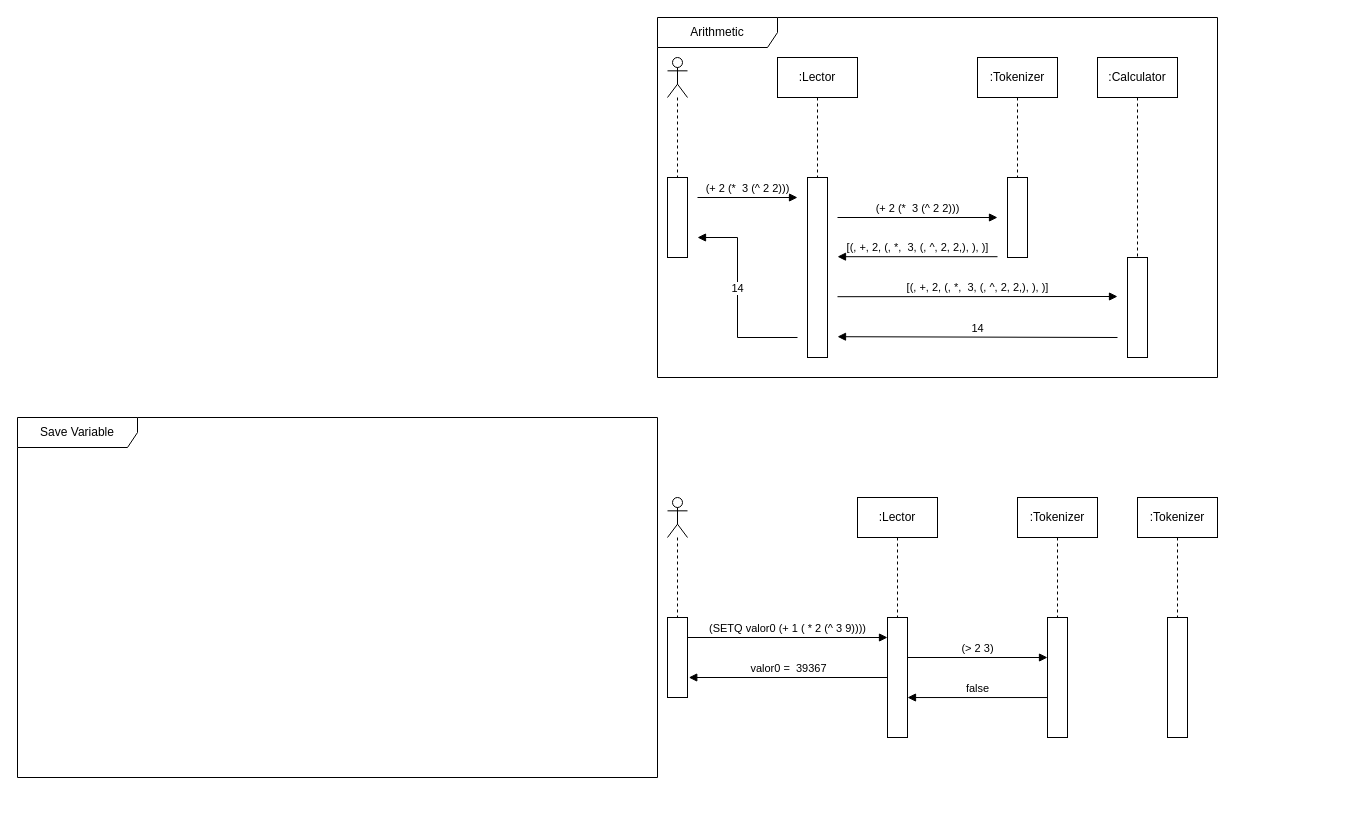
The draw.io diagram Proyecto1/Fases/Fase2/Sequence Diagrams.drawio in DiggsPapu/Proyect1_Lisp_Interpreter, before the edit. Source tidied: cells renumbered, new cells numbered last; positions are measured from the earlier drawing's top-left corner, leaving out a move shared by most shapes. Both pictures are drawn from the tidied source at 100%, with x=0, y=0 at pixel (17, 17).
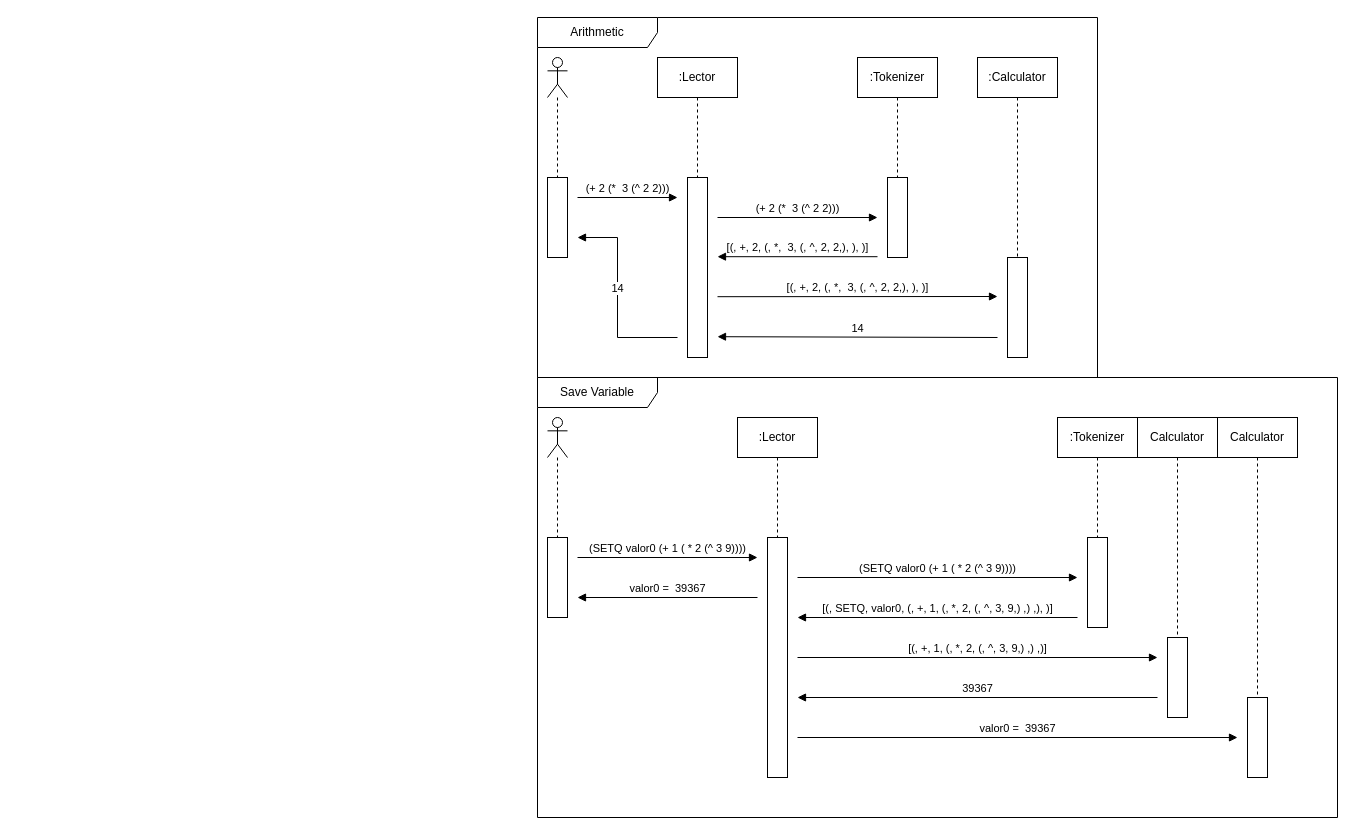
Above is the later version.

The edit, as a diff of the source:
```diff
@@
     <mxCell id="2" style="html=1;perimeter=orthogonalPerimeter;" parent="1" vertex="1">
-      <mxGeometry x="650" y="160" width="20" height="80" as="geometry" />
+      <mxGeometry x="530" y="160" width="20" height="80" as="geometry" />
     </mxCell>
     <mxCell id="3" value=":Lector" style="shape=umlLifeline;perimeter=lifelinePerimeter;whiteSpace=wrap;html=1;" parent="1" vertex="1">
-      <mxGeometry x="760" y="40" width="80" height="120" as="geometry" />
+      <mxGeometry x="640" y="40" width="80" height="120" as="geometry" />
     </mxCell>
     <mxCell id="4" style="shape=umlLifeline;participant=umlActor;perimeter=lifelinePerimeter;whiteSpace=wrap;html=1;verticalAlign=top;spacingTop=36;" parent="1" vertex="1">
-      <mxGeometry x="650" y="40" width="20" height="120" as="geometry" />
+      <mxGeometry x="530" y="40" width="20" height="120" as="geometry" />
     </mxCell>
     <mxCell id="5" style="html=1;perimeter=orthogonalPerimeter;" parent="1" vertex="1">
-      <mxGeometry x="790" y="160" width="20" height="180" as="geometry" />
+      <mxGeometry x="670" y="160" width="20" height="180" as="geometry" />
     </mxCell>
     <mxCell id="6" value=":Tokenizer" style="shape=umlLifeline;perimeter=lifelinePerimeter;whiteSpace=wrap;html=1;" parent="1" vertex="1">
-      <mxGeometry x="960" y="40" width="80" height="120" as="geometry" />
+      <mxGeometry x="840" y="40" width="80" height="120" as="geometry" />
     </mxCell>
     <mxCell id="7" style="html=1;perimeter=orthogonalPerimeter;" parent="1" vertex="1">
-      <mxGeometry x="990" y="160" width="20" height="80" as="geometry" />
+      <mxGeometry x="870" y="160" width="20" height="80" as="geometry" />
     </mxCell>
     <mxCell id="8" value="(+ 2 (*&amp;nbsp; 3 (^ 2 2)))" style="html=1;verticalAlign=bottom;endArrow=block;rounded=0;" parent="1" edge="1">
       <mxGeometry relative="1" as="geometry">
-        <mxPoint x="820" y="200" as="sourcePoint" />
-        <mxPoint x="980" y="200" as="targetPoint" />
+        <mxPoint x="700" y="200" as="sourcePoint" />
+        <mxPoint x="860" y="200" as="targetPoint" />
       </mxGeometry>
     </mxCell>
     <mxCell id="9" value="14" style="html=1;verticalAlign=bottom;endArrow=block;rounded=0;" parent="1" edge="1">
       <mxGeometry relative="1" as="geometry">
-        <mxPoint x="780" y="320" as="sourcePoint" />
-        <mxPoint x="680" y="220" as="targetPoint" />
+        <mxPoint x="660" y="320" as="sourcePoint" />
+        <mxPoint x="560" y="220" as="targetPoint" />
         <Array as="points">
-          <mxPoint x="720" y="320" />
-          <mxPoint x="720" y="220" />
+          <mxPoint x="600" y="320" />
+          <mxPoint x="600" y="220" />
         </Array>
       </mxGeometry>
     </mxCell>
     <mxCell id="10" value="(+ 2 (*&amp;nbsp; 3 (^ 2 2)))" style="html=1;verticalAlign=bottom;endArrow=block;rounded=0;" parent="1" edge="1">
       <mxGeometry relative="1" as="geometry">
-        <mxPoint x="680" y="180" as="sourcePoint" />
-        <mxPoint x="780" y="180" as="targetPoint" />
+        <mxPoint x="560" y="180" as="sourcePoint" />
+        <mxPoint x="660" y="180" as="targetPoint" />
       </mxGeometry>
     </mxCell>
     <mxCell id="11" style="html=1;points=[];perimeter=orthogonalPerimeter;" parent="1" vertex="1">
-      <mxGeometry x="650" y="600" width="20" height="80" as="geometry" />
+      <mxGeometry x="530" y="520" width="20" height="80" as="geometry" />
     </mxCell>
     <mxCell id="12" value=":Lector" style="shape=umlLifeline;perimeter=lifelinePerimeter;whiteSpace=wrap;html=1;" parent="1" vertex="1">
-      <mxGeometry x="840" y="480" width="80" height="120" as="geometry" />
+      <mxGeometry x="720" y="400" width="80" height="120" as="geometry" />
     </mxCell>
     <mxCell id="13" style="shape=umlLifeline;participant=umlActor;perimeter=lifelinePerimeter;whiteSpace=wrap;html=1;verticalAlign=top;spacingTop=36;" parent="1" vertex="1">
-      <mxGeometry x="650" y="480" width="20" height="120" as="geometry" />
+      <mxGeometry x="530" y="400" width="20" height="120" as="geometry" />
     </mxCell>
     <mxCell id="14" style="html=1;points=[];perimeter=orthogonalPerimeter;" parent="1" vertex="1">
-      <mxGeometry x="870" y="600" width="20" height="120" as="geometry" />
+      <mxGeometry x="750" y="520" width="20" height="240" as="geometry" />
     </mxCell>
     <mxCell id="15" value=":Tokenizer" style="shape=umlLifeline;perimeter=lifelinePerimeter;whiteSpace=wrap;html=1;" parent="1" vertex="1">
-      <mxGeometry x="1000" y="480" width="80" height="120" as="geometry" />
+      <mxGeometry x="1040" y="400" width="80" height="120" as="geometry" />
     </mxCell>
     <mxCell id="16" style="html=1;points=[];perimeter=orthogonalPerimeter;" parent="1" vertex="1">
-      <mxGeometry x="1030" y="600" width="20" height="120" as="geometry" />
+      <mxGeometry x="1070" y="520" width="20" height="90" as="geometry" />
     </mxCell>
-    <mxCell id="17" value="(&amp;gt; 2 3)" style="html=1;verticalAlign=bottom;endArrow=block;rounded=0;" parent="1" edge="1" target="16">
+    <mxCell id="17" value="(SETQ valor0 (+ 1 ( * 2 (^ 3 9))))" style="html=1;verticalAlign=bottom;endArrow=block;rounded=0;" parent="1" edge="1">
       <mxGeometry relative="1" as="geometry">
-        <mxPoint x="890" y="640" as="sourcePoint" />
+        <mxPoint x="780" y="560" as="sourcePoint" />
+        <mxPoint x="1060" y="560" as="targetPoint" />
       </mxGeometry>
     </mxCell>
-    <mxCell id="18" value="false" style="html=1;verticalAlign=bottom;endArrow=block;rounded=0;exitX=0;exitY=0.667;exitDx=0;exitDy=0;exitPerimeter=0;" parent="1" edge="1" source="16" target="14">
-      <mxGeometry relative="1" as="geometry" />
+    <mxCell id="18" value="[(, SETQ, valor0, (, +, 1, (, *, 2, (, ^, 3, 9,) ,) ,), )]" style="html=1;verticalAlign=bottom;endArrow=block;rounded=0;" parent="1" edge="1">
+      <mxGeometry relative="1" as="geometry">
+        <mxPoint x="1060" y="600" as="sourcePoint" />
+        <mxPoint x="780" y="600" as="targetPoint" />
+      </mxGeometry>
     </mxCell>
     <mxCell id="19" value="Save Variable" style="shape=umlFrame;whiteSpace=wrap;html=1;width=120;height=30;" parent="1" vertex="1">
-      <mxGeometry y="400" width="640" height="360" as="geometry" />
+      <mxGeometry x="520" y="360" width="800" height="440" as="geometry" />
     </mxCell>
-    <mxCell id="20" value="valor0 =&amp;nbsp;&amp;nbsp;39367" style="html=1;verticalAlign=bottom;endArrow=block;rounded=0;entryX=1.063;entryY=0.75;entryDx=0;entryDy=0;entryPerimeter=0;" parent="1" edge="1" source="14" target="11">
-      <mxGeometry relative="1" as="geometry" />
+    <mxCell id="20" value="valor0 =&amp;nbsp;&amp;nbsp;39367" style="html=1;verticalAlign=bottom;endArrow=block;rounded=0;" parent="1" edge="1">
+      <mxGeometry relative="1" as="geometry">
+        <mxPoint x="740" y="580" as="sourcePoint" />
+        <mxPoint x="560" y="580" as="targetPoint" />
+      </mxGeometry>
     </mxCell>
-    <mxCell id="21" value="(SETQ valor0 (+ 1 ( * 2 (^ 3 9))))" style="html=1;verticalAlign=bottom;endArrow=block;rounded=0;exitX=0.99;exitY=0.25;exitDx=0;exitDy=0;exitPerimeter=0;" parent="1" edge="1" source="11" target="14">
-      <mxGeometry relative="1" as="geometry" />
+    <mxCell id="21" value="(SETQ valor0 (+ 1 ( * 2 (^ 3 9))))" style="html=1;verticalAlign=bottom;endArrow=block;rounded=0;" parent="1" edge="1">
+      <mxGeometry relative="1" as="geometry">
+        <mxPoint x="560" y="540" as="sourcePoint" />
+        <mxPoint x="740" y="540" as="targetPoint" />
+      </mxGeometry>
     </mxCell>
     <mxCell id="22" value=":Calculator" style="shape=umlLifeline;perimeter=lifelinePerimeter;whiteSpace=wrap;html=1;" parent="1" vertex="1">
-      <mxGeometry x="1080" y="40" width="80" height="200" as="geometry" />
+      <mxGeometry x="960" y="40" width="80" height="200" as="geometry" />
     </mxCell>
@@
     <mxCell id="24" style="html=1;perimeter=orthogonalPerimeter;" parent="1" vertex="1">
-      <mxGeometry x="1110" y="240" width="20" height="100" as="geometry" />
+      <mxGeometry x="990" y="240" width="20" height="100" as="geometry" />
     </mxCell>
-    <mxCell id="25" value=":Tokenizer" style="shape=umlLifeline;perimeter=lifelinePerimeter;whiteSpace=wrap;html=1;" parent="1" vertex="1">
-      <mxGeometry x="1120" y="480" width="80" height="120" as="geometry" />
+    <mxCell id="25" value="Calculator" style="shape=umlLifeline;perimeter=lifelinePerimeter;whiteSpace=wrap;html=1;" parent="1" vertex="1">
+      <mxGeometry x="1120" y="400" width="80" height="220" as="geometry" />
     </mxCell>
-    <mxCell id="26" style="html=1;perimeter=orthogonalPerimeter;" parent="1" vertex="1">
-      <mxGeometry x="1150" y="600" width="20" height="120" as="geometry" />
+    <mxCell id="26" style="html=1;perimeter=orthogonalPerimeter;" parent="25" vertex="1">
+      <mxGeometry x="30" y="220" width="20" height="80" as="geometry" />
     </mxCell>
     <mxCell id="27" value="[(, +, 2, (, *,&amp;nbsp; 3, (, ^, 2, 2,), ), )]" style="html=1;verticalAlign=bottom;endArrow=block;rounded=0;" parent="1" edge="1">
       <mxGeometry relative="1" as="geometry">
-        <mxPoint x="980" y="239.2" as="sourcePoint" />
-        <mxPoint x="820" y="239.2" as="targetPoint" />
+        <mxPoint x="860" y="239.2" as="sourcePoint" />
+        <mxPoint x="700" y="239.2" as="targetPoint" />
       </mxGeometry>
     </mxCell>
     <mxCell id="28" value="[(, +, 2, (, *,&amp;nbsp; 3, (, ^, 2, 2,), ), )]" style="html=1;verticalAlign=bottom;endArrow=block;rounded=0;" parent="1" edge="1">
       <mxGeometry relative="1" as="geometry">
-        <mxPoint x="820" y="279.2" as="sourcePoint" />
-        <mxPoint x="1100" y="279" as="targetPoint" />
+        <mxPoint x="700" y="279.2" as="sourcePoint" />
+        <mxPoint x="980" y="279" as="targetPoint" />
       </mxGeometry>
     </mxCell>
     <mxCell id="29" value="14" style="html=1;verticalAlign=bottom;endArrow=block;rounded=0;" parent="1" edge="1">
       <mxGeometry relative="1" as="geometry">
-        <mxPoint x="1100" y="320" as="sourcePoint" />
-        <mxPoint x="820" y="319.2" as="targetPoint" />
+        <mxPoint x="980" y="320" as="sourcePoint" />
+        <mxPoint x="700" y="319.2" as="targetPoint" />
       </mxGeometry>
     </mxCell>
+    <mxCell id="30" value="[(, +, 1, (, *, 2, (, ^, 3, 9,) ,) ,)]" style="html=1;verticalAlign=bottom;endArrow=block;rounded=0;" parent="1" edge="1">
+      <mxGeometry relative="1" as="geometry">
+        <mxPoint x="780" y="640" as="sourcePoint" />
+        <mxPoint x="1140" y="640" as="targetPoint" />
+      </mxGeometry>
+    </mxCell>
+    <mxCell id="31" value="39367" style="html=1;verticalAlign=bottom;endArrow=block;rounded=0;" parent="1" edge="1">
+      <mxGeometry relative="1" as="geometry">
+        <mxPoint x="1140" y="680" as="sourcePoint" />
+        <mxPoint x="780" y="680" as="targetPoint" />
+      </mxGeometry>
+    </mxCell>
+    <mxCell id="32" value="valor0 =&amp;nbsp;&amp;nbsp;39367" style="html=1;verticalAlign=bottom;endArrow=block;rounded=0;" parent="1" edge="1">
+      <mxGeometry relative="1" as="geometry">
+        <mxPoint x="780" y="720" as="sourcePoint" />
+        <mxPoint x="1220" y="720" as="targetPoint" />
+      </mxGeometry>
+    </mxCell>
+    <mxCell id="33" value="Calculator" style="shape=umlLifeline;perimeter=lifelinePerimeter;whiteSpace=wrap;html=1;" parent="1" vertex="1">
+      <mxGeometry x="1200" y="400" width="80" height="280" as="geometry" />
+    </mxCell>
+    <mxCell id="34" style="html=1;perimeter=orthogonalPerimeter;" parent="1" vertex="1">
+      <mxGeometry x="1230" y="680" width="20" height="80" as="geometry" />
+    </mxCell>
```
